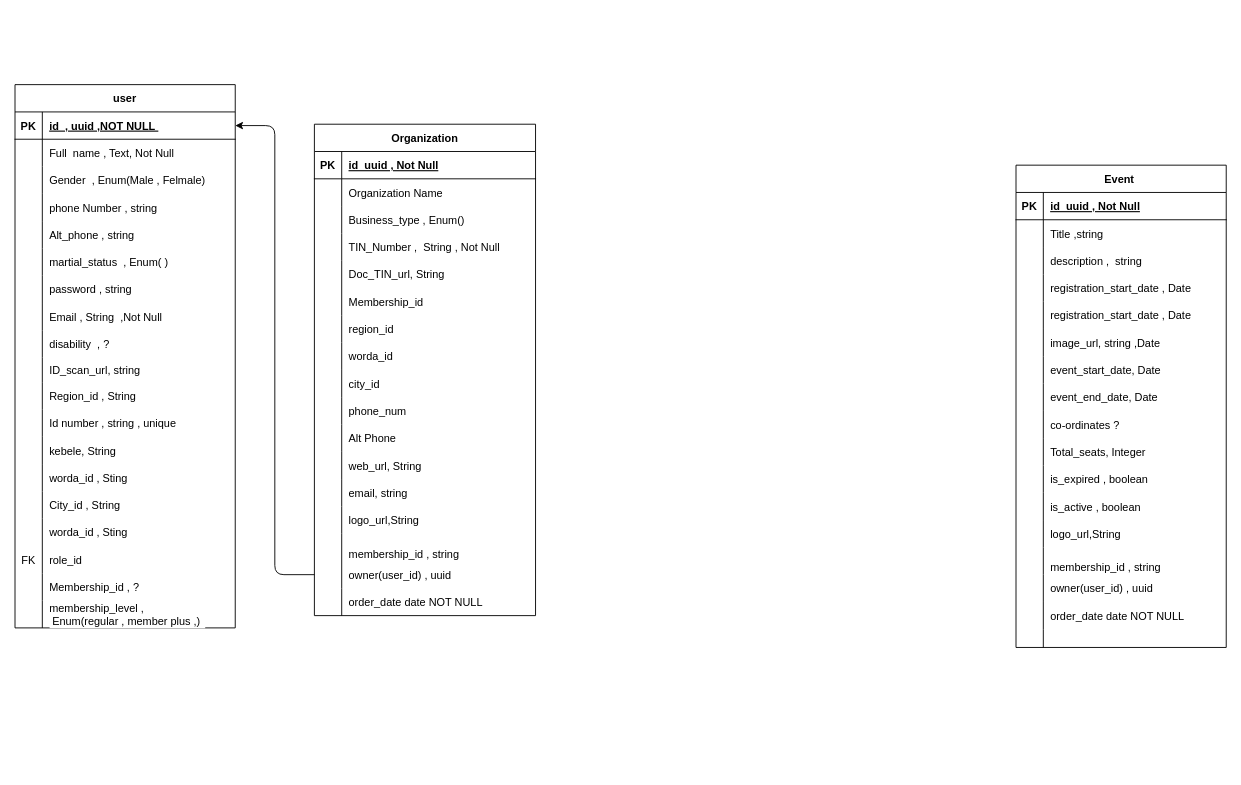
Before: Untitled Diagram.drawio in Samuelnoah45/dashboard, a draw.io diagram. Source tidied: cells renumbered, new cells numbered last; positions are measured from the earlier drawing's top-left corner, leaving out a move shared by most shapes. Both pictures are drawn from the tidied source at 91%, with x=0, y=0 at pixel (15, 84).
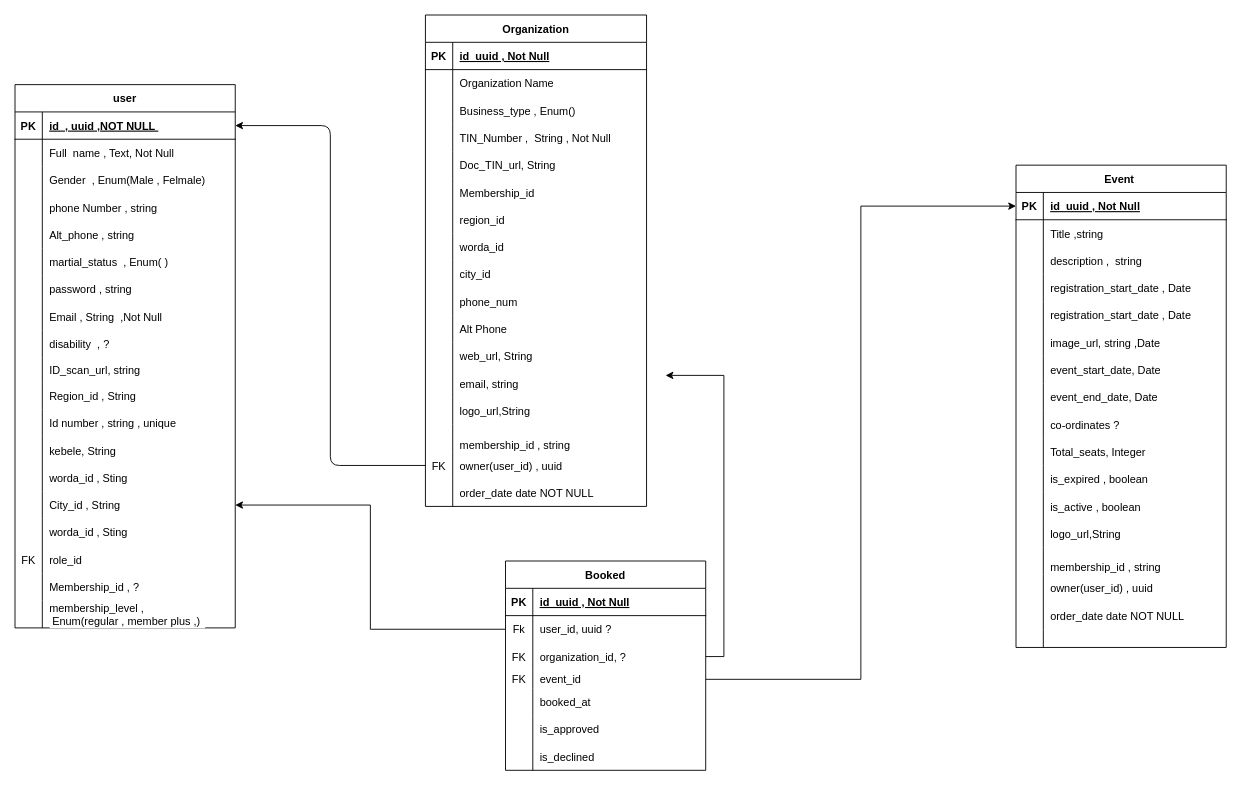
Above is the later version.

Unchanged cells that the change refers to:
```xml
<mxCell id="39" style="shape=partialRectangle;fillColor=none;points=[[0,0.5],[1,0.5]];portConstraint=eastwest;top=0;left=0;right=0;bottom=0;" parent="2" vertex="1">
  <mxGeometry y="390" width="243" height="30" as="geometry" />
</mxCell>
<mxCell id="48" style="shape=partialRectangle;fillColor=none;points=[[0,0.5],[1,0.5]];portConstraint=eastwest;top=0;left=0;right=0;bottom=0;" parent="2" vertex="1">
  <mxGeometry y="480" width="243" height="30" as="geometry" />
</mxCell>
<mxCell id="97" style="shape=partialRectangle;fillColor=none;points=[[0,0.5],[1,0.5]];portConstraint=eastwest;top=0;left=0;right=0;bottom=0;" parent="54" vertex="1">
  <mxGeometry y="447" width="242" height="30" as="geometry" />
</mxCell>
<mxCell id="114" style="shape=partialRectangle;fillColor=none;points=[[0,0.5],[1,0.5]];portConstraint=eastwest;top=0;left=0;right=0;bottom=1;" parent="113" vertex="1">
  <mxGeometry y="30" width="231" height="30" as="geometry" />
</mxCell>
```

Diff of the diagram source:
```diff
@@
     <mxCell id="2" value="Organization" style="shape=table;startSize=30;childLayout=tableLayout;rowLines=0;fontStyle=1;align=center;" parent="1" vertex="1">
-      <mxGeometry x="329" y="44" width="243" height="540" as="geometry" />
+      <mxGeometry x="451" y="-76" width="243" height="540" as="geometry" />
     </mxCell>
@@
-    <mxCell id="49" style="shape=partialRectangle;overflow=hidden;fillColor=none;top=0;left=0;bottom=0;right=0;" parent="48" vertex="1">
+    <mxCell id="49" value="FK" style="shape=partialRectangle;overflow=hidden;fillColor=none;top=0;left=0;bottom=0;right=0;" parent="48" vertex="1">
       <mxGeometry width="30" height="30" as="geometry" />
     </mxCell>
@@
+    <mxCell id="165" value="Booked" style="shape=table;startSize=30;childLayout=tableLayout;rowLines=0;fontStyle=1;align=center;" parent="1" vertex="1">
+      <mxGeometry x="539" y="524" width="220" height="230" as="geometry" />
+    </mxCell>
+    <mxCell id="166" style="shape=partialRectangle;fillColor=none;top=0;left=0;right=0;bottom=1;" parent="165" vertex="1">
+      <mxGeometry y="30" width="220" height="30" as="geometry" />
+    </mxCell>
+    <mxCell id="167" value="PK" style="shape=partialRectangle;overflow=hidden;fillColor=none;top=0;left=0;bottom=0;right=0;fontStyle=1;" parent="166" vertex="1">
+      <mxGeometry width="30" height="30" as="geometry" />
+    </mxCell>
+    <mxCell id="168" value="id  uuid , Not Null" style="shape=partialRectangle;overflow=hidden;fillColor=none;top=0;left=0;bottom=0;right=0;align=left;spacingLeft=6;fontStyle=5;" parent="166" vertex="1">
+      <mxGeometry x="30" width="190" height="30" as="geometry" />
+    </mxCell>
+    <mxCell id="169" style="shape=partialRectangle;fillColor=none;points=[[0,0.5],[1,0.5]];portConstraint=eastwest;top=0;left=0;right=0;bottom=0;" parent="165" vertex="1">
+      <mxGeometry y="60" width="220" height="30" as="geometry" />
+    </mxCell>
+    <mxCell id="170" value="Fk" style="shape=partialRectangle;overflow=hidden;fillColor=none;top=0;left=0;bottom=0;right=0;" parent="169" vertex="1">
+      <mxGeometry width="30" height="30" as="geometry" />
+    </mxCell>
+    <mxCell id="171" value="user_id, uuid ?" style="shape=partialRectangle;overflow=hidden;fillColor=none;top=0;left=0;bottom=0;right=0;align=left;spacingLeft=6;" parent="169" vertex="1">
+      <mxGeometry x="30" width="190" height="30" as="geometry" />
+    </mxCell>
+    <mxCell id="172" style="shape=partialRectangle;fillColor=none;points=[[0,0.5],[1,0.5]];portConstraint=eastwest;top=0;left=0;right=0;bottom=0;" parent="165" vertex="1">
+      <mxGeometry y="90" width="220" height="30" as="geometry" />
+    </mxCell>
+    <mxCell id="173" value="FK" style="shape=partialRectangle;overflow=hidden;fillColor=none;top=0;left=0;bottom=0;right=0;" parent="172" vertex="1">
+      <mxGeometry width="30" height="30" as="geometry" />
+    </mxCell>
+    <mxCell id="174" value="organization_id, ?" style="shape=partialRectangle;overflow=hidden;fillColor=none;top=0;left=0;bottom=0;right=0;align=left;spacingLeft=6;" parent="172" vertex="1">
+      <mxGeometry x="30" width="190" height="30" as="geometry" />
+    </mxCell>
+    <mxCell id="175" style="shape=partialRectangle;fillColor=none;points=[[0,0.5],[1,0.5]];portConstraint=eastwest;top=0;left=0;right=0;bottom=0;" parent="165" vertex="1">
+      <mxGeometry y="120" width="220" height="20" as="geometry" />
+    </mxCell>
+    <mxCell id="176" value="FK" style="shape=partialRectangle;overflow=hidden;fillColor=none;top=0;left=0;bottom=0;right=0;" parent="175" vertex="1">
+      <mxGeometry width="30" height="20" as="geometry" />
+    </mxCell>
+    <mxCell id="177" value="event_id" style="shape=partialRectangle;overflow=hidden;fillColor=none;top=0;left=0;bottom=0;right=0;align=left;spacingLeft=6;" parent="175" vertex="1">
+      <mxGeometry x="30" width="190" height="20" as="geometry" />
+    </mxCell>
+    <mxCell id="178" style="shape=partialRectangle;fillColor=none;top=0;left=0;right=0;bottom=0;" parent="165" vertex="1">
+      <mxGeometry y="140" width="220" height="30" as="geometry" />
+    </mxCell>
+    <mxCell id="179" style="shape=partialRectangle;overflow=hidden;fillColor=none;top=0;left=0;bottom=0;right=0;" parent="178" vertex="1">
+      <mxGeometry width="30" height="30" as="geometry" />
+    </mxCell>
+    <mxCell id="180" value="booked_at" style="shape=partialRectangle;overflow=hidden;fillColor=none;top=0;left=0;bottom=0;right=0;align=left;spacingLeft=6;" parent="178" vertex="1">
+      <mxGeometry x="30" width="190" height="30" as="geometry" />
+    </mxCell>
+    <mxCell id="181" style="shape=partialRectangle;fillColor=none;top=0;left=0;right=0;bottom=0;" parent="165" vertex="1">
+      <mxGeometry y="170" width="220" height="30" as="geometry" />
+    </mxCell>
+    <mxCell id="182" style="shape=partialRectangle;overflow=hidden;fillColor=none;top=0;left=0;bottom=0;right=0;" parent="181" vertex="1">
+      <mxGeometry width="30" height="30" as="geometry" />
+    </mxCell>
+    <mxCell id="183" value="is_approved " style="shape=partialRectangle;overflow=hidden;fillColor=none;top=0;left=0;bottom=0;right=0;align=left;spacingLeft=6;" parent="181" vertex="1">
+      <mxGeometry x="30" width="190" height="30" as="geometry" />
+    </mxCell>
+    <mxCell id="184" style="shape=partialRectangle;fillColor=none;top=0;left=0;right=0;bottom=0;" parent="165" vertex="1">
+      <mxGeometry y="200" width="220" height="30" as="geometry" />
+    </mxCell>
+    <mxCell id="185" style="shape=partialRectangle;overflow=hidden;fillColor=none;top=0;left=0;bottom=0;right=0;" parent="184" vertex="1">
+      <mxGeometry width="30" height="30" as="geometry" />
+    </mxCell>
+    <mxCell id="186" value="is_declined " style="shape=partialRectangle;overflow=hidden;fillColor=none;top=0;left=0;bottom=0;right=0;align=left;spacingLeft=6;" parent="184" vertex="1">
+      <mxGeometry x="30" width="190" height="30" as="geometry" />
+    </mxCell>
+    <mxCell id="187" style="edgeStyle=orthogonalEdgeStyle;rounded=0;jettySize=auto;html=1;exitX=0;exitY=0.5;exitDx=0;exitDy=0;entryX=1;entryY=0.5;entryDx=0;entryDy=0;" parent="1" edge="1" source="169" target="97">
+      <mxGeometry relative="1" as="geometry" />
+    </mxCell>
+    <mxCell id="188" style="edgeStyle=orthogonalEdgeStyle;rounded=0;jettySize=auto;html=1;exitX=1;exitY=0.5;exitDx=0;exitDy=0;entryX=1.086;entryY=0.2;entryDx=0;entryDy=0;entryPerimeter=0;" parent="1" edge="1" source="172" target="39">
+      <mxGeometry relative="1" as="geometry" />
+    </mxCell>
+    <mxCell id="189" style="edgeStyle=orthogonalEdgeStyle;rounded=0;jettySize=auto;html=1;exitX=1;exitY=0.5;exitDx=0;exitDy=0;entryX=0;entryY=0.5;entryDx=0;entryDy=0;" parent="1" edge="1" source="175" target="114">
+      <mxGeometry relative="1" as="geometry" />
+    </mxCell>
```
